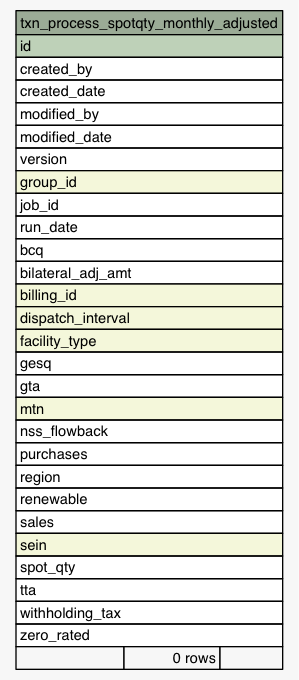
eyana-m/python-data-dictionary-writer keeps this Graphviz diagram as Data/settlement/diagrams/summary/txn_process_spotqty_monthly_adjusted.1degree.png. Above is the earlier version. Its source is kept beside it as Data/settlement/diagrams/summary/txn_process_spotqty_monthly_adjusted.1degree.dot. Source of this version:
```dot
digraph "txn_process_spotqty_monthly_adjusted" {
  graph [
    rankdir="RL"
    bgcolor="#f7f7f7"
    nodesep="0.18"
    ranksep="0.46"
    fontname="Helvetica"
    fontsize="11"
  ];
  node [
    fontname="Helvetica"
    fontsize="11"
    shape="plaintext"
  ];
  edge [
    arrowsize="0.8"
  ];
  "txn_process_spotqty_monthly_adjusted" [
    label=<
    <TABLE BORDER="0" CELLBORDER="1" CELLSPACING="0" BGCOLOR="#ffffff">
      <TR><TD COLSPAN="3" BGCOLOR="#9bab96" ALIGN="CENTER">txn_process_spotqty_monthly_adjusted</TD></TR>
      <TR><TD PORT="id" COLSPAN="3" BGCOLOR="#bed1b8" ALIGN="LEFT">id</TD></TR>
      <TR><TD PORT="created_by" COLSPAN="3" ALIGN="LEFT">created_by</TD></TR>
      <TR><TD PORT="created_date" COLSPAN="3" ALIGN="LEFT">created_date</TD></TR>
      <TR><TD PORT="modified_by" COLSPAN="3" ALIGN="LEFT">modified_by</TD></TR>
      <TR><TD PORT="modified_date" COLSPAN="3" ALIGN="LEFT">modified_date</TD></TR>
      <TR><TD PORT="version" COLSPAN="3" ALIGN="LEFT">version</TD></TR>
      <TR><TD PORT="group_id" COLSPAN="3" BGCOLOR="#f4f7da" ALIGN="LEFT">group_id</TD></TR>
      <TR><TD PORT="job_id" COLSPAN="3" ALIGN="LEFT">job_id</TD></TR>
      <TR><TD PORT="run_date" COLSPAN="3" ALIGN="LEFT">run_date</TD></TR>
      <TR><TD PORT="bcq" COLSPAN="3" ALIGN="LEFT">bcq</TD></TR>
      <TR><TD PORT="bilateral_adj_amt" COLSPAN="3" ALIGN="LEFT">bilateral_adj_amt</TD></TR>
      <TR><TD PORT="billing_id" COLSPAN="3" BGCOLOR="#f4f7da" ALIGN="LEFT">billing_id</TD></TR>
      <TR><TD PORT="dispatch_interval" COLSPAN="3" BGCOLOR="#f4f7da" ALIGN="LEFT">dispatch_interval</TD></TR>
      <TR><TD PORT="facility_type" COLSPAN="3" BGCOLOR="#f4f7da" ALIGN="LEFT">facility_type</TD></TR>
      <TR><TD PORT="gesq" COLSPAN="3" ALIGN="LEFT">gesq</TD></TR>
      <TR><TD PORT="gta" COLSPAN="3" ALIGN="LEFT">gta</TD></TR>
      <TR><TD PORT="mtn" COLSPAN="3" BGCOLOR="#f4f7da" ALIGN="LEFT">mtn</TD></TR>
      <TR><TD PORT="nss_flowback" COLSPAN="3" ALIGN="LEFT">nss_flowback</TD></TR>
      <TR><TD PORT="purchases" COLSPAN="3" ALIGN="LEFT">purchases</TD></TR>
      <TR><TD PORT="region" COLSPAN="3" ALIGN="LEFT">region</TD></TR>
      <TR><TD PORT="renewable" COLSPAN="3" ALIGN="LEFT">renewable</TD></TR>
      <TR><TD PORT="sales" COLSPAN="3" ALIGN="LEFT">sales</TD></TR>
      <TR><TD PORT="sein" COLSPAN="3" BGCOLOR="#f4f7da" ALIGN="LEFT">sein</TD></TR>
      <TR><TD PORT="spot_qty" COLSPAN="3" ALIGN="LEFT">spot_qty</TD></TR>
      <TR><TD PORT="tta" COLSPAN="3" ALIGN="LEFT">tta</TD></TR>
      <TR><TD PORT="withholding_tax" COLSPAN="3" ALIGN="LEFT">withholding_tax</TD></TR>
      <TR><TD PORT="zero_rated" COLSPAN="3" ALIGN="LEFT">zero_rated</TD></TR>
      <TR><TD ALIGN="LEFT" BGCOLOR="#f7f7f7">  </TD><TD ALIGN="RIGHT" BGCOLOR="#f7f7f7">0 rows</TD><TD ALIGN="RIGHT" BGCOLOR="#f7f7f7">  </TD></TR>
    </TABLE>>
    URL="tables/txn_process_spotqty_monthly_adjusted.html"
    tooltip="txn_process_spotqty_monthly_adjusted"
  ];
}
```
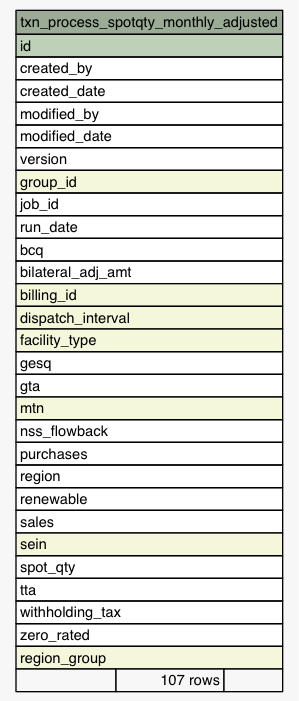
After the change.

The edit, as a diff of the source:
```diff
@@ -46,7 +46,8 @@
       <TR><TD PORT="tta" COLSPAN="3" ALIGN="LEFT">tta</TD></TR>
       <TR><TD PORT="withholding_tax" COLSPAN="3" ALIGN="LEFT">withholding_tax</TD></TR>
       <TR><TD PORT="zero_rated" COLSPAN="3" ALIGN="LEFT">zero_rated</TD></TR>
-      <TR><TD ALIGN="LEFT" BGCOLOR="#f7f7f7">  </TD><TD ALIGN="RIGHT" BGCOLOR="#f7f7f7">0 rows</TD><TD ALIGN="RIGHT" BGCOLOR="#f7f7f7">  </TD></TR>
+      <TR><TD PORT="region_group" COLSPAN="3" BGCOLOR="#f4f7da" ALIGN="LEFT">region_group</TD></TR>
+      <TR><TD ALIGN="LEFT" BGCOLOR="#f7f7f7">  </TD><TD ALIGN="RIGHT" BGCOLOR="#f7f7f7">107 rows</TD><TD ALIGN="RIGHT" BGCOLOR="#f7f7f7">  </TD></TR>
     </TABLE>>
     URL="tables/txn_process_spotqty_monthly_adjusted.html"
     tooltip="txn_process_spotqty_monthly_adjusted"
```
